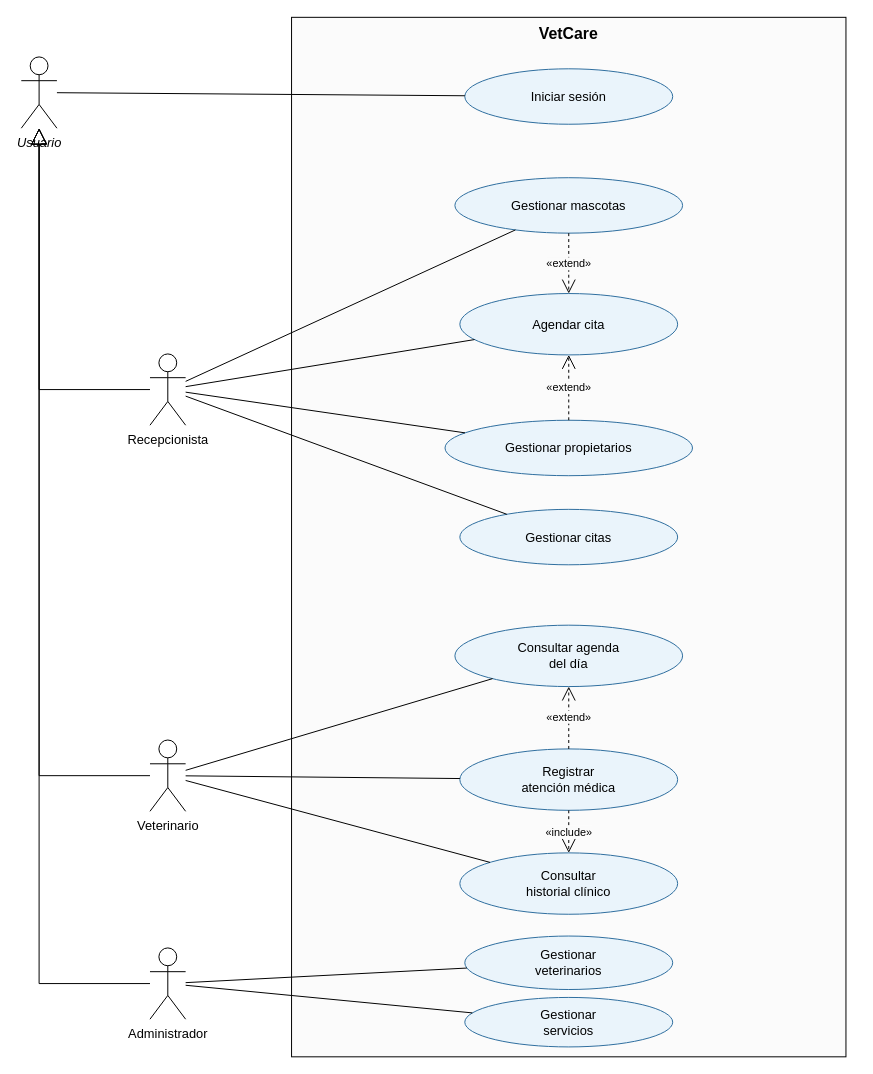
Before: docs/diagrama-casos-uso.drawio in jgabrielvinuezat14/Proyecto-I-Bim-Vetcare-GR2SW-Grupo5, a draw.io diagram. Source tidied: cells renumbered, new cells numbered last; positions are measured from the earlier drawing's top-left corner, leaving out a move shared by most shapes. Both pictures are drawn from the tidied source at 99%, with x=0, y=0 at pixel (21, 17).
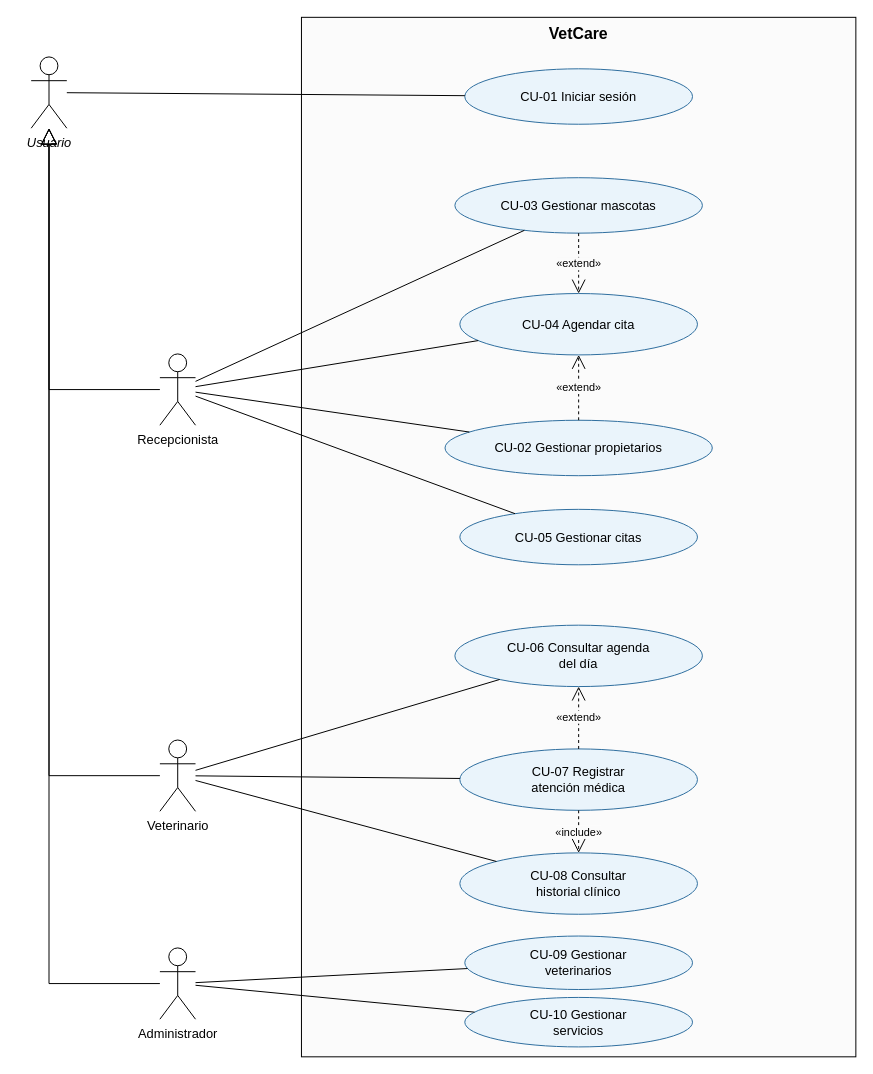
Above is the later version.

Commit message (it also covers changes not shown here):
fix(docs): Correción de diagrama de casos de uso

What changed in the source:
```diff
@@
     <mxCell id="2" value="VetCare" style="rounded=0;whiteSpace=wrap;html=1;verticalAlign=top;fontStyle=1;fontSize=16;fillColor=#fbfbfb;" parent="1" vertex="1">
-      <mxGeometry x="273" width="560" height="1050" as="geometry" />
+      <mxGeometry x="283" width="560" height="1050" as="geometry" />
     </mxCell>
-    <mxCell id="3" value="Iniciar sesión" style="ellipse;whiteSpace=wrap;html=1;fillColor=#eaf4fb;strokeColor=#2e6e9e;fontSize=13;" parent="1" vertex="1">
-      <mxGeometry x="448" y="52" width="210" height="56" as="geometry" />
+    <mxCell id="3" value="CU-01 Iniciar sesión" style="ellipse;whiteSpace=wrap;html=1;fillColor=#eaf4fb;strokeColor=#2e6e9e;fontSize=13;" parent="1" vertex="1">
+      <mxGeometry x="448" y="52" width="230" height="56" as="geometry" />
     </mxCell>
-    <mxCell id="4" value="Gestionar mascotas" style="ellipse;whiteSpace=wrap;html=1;fillColor=#eaf4fb;strokeColor=#2e6e9e;fontSize=13;" parent="1" vertex="1">
-      <mxGeometry x="438" y="162" width="230" height="56" as="geometry" />
+    <mxCell id="4" value="CU-03 Gestionar mascotas" style="ellipse;whiteSpace=wrap;html=1;fillColor=#eaf4fb;strokeColor=#2e6e9e;fontSize=13;" parent="1" vertex="1">
+      <mxGeometry x="438" y="162" width="250" height="56" as="geometry" />
     </mxCell>
-    <mxCell id="5" value="Agendar cita" style="ellipse;whiteSpace=wrap;html=1;fillColor=#eaf4fb;strokeColor=#2e6e9e;fontSize=13;" parent="1" vertex="1">
-      <mxGeometry x="443" y="279" width="220" height="62" as="geometry" />
+    <mxCell id="5" value="CU-04 Agendar cita" style="ellipse;whiteSpace=wrap;html=1;fillColor=#eaf4fb;strokeColor=#2e6e9e;fontSize=13;" parent="1" vertex="1">
+      <mxGeometry x="443" y="279" width="240" height="62" as="geometry" />
     </mxCell>
-    <mxCell id="6" value="Gestionar propietarios" style="ellipse;whiteSpace=wrap;html=1;fillColor=#eaf4fb;strokeColor=#2e6e9e;fontSize=13;" parent="1" vertex="1">
-      <mxGeometry x="428" y="407" width="250" height="56" as="geometry" />
+    <mxCell id="6" value="CU-02 Gestionar propietarios" style="ellipse;whiteSpace=wrap;html=1;fillColor=#eaf4fb;strokeColor=#2e6e9e;fontSize=13;" parent="1" vertex="1">
+      <mxGeometry x="428" y="407" width="270" height="56" as="geometry" />
     </mxCell>
-    <mxCell id="7" value="Gestionar citas" style="ellipse;whiteSpace=wrap;html=1;fillColor=#eaf4fb;strokeColor=#2e6e9e;fontSize=13;" parent="1" vertex="1">
-      <mxGeometry x="443" y="497" width="220" height="56" as="geometry" />
+    <mxCell id="7" value="CU-05 Gestionar citas" style="ellipse;whiteSpace=wrap;html=1;fillColor=#eaf4fb;strokeColor=#2e6e9e;fontSize=13;" parent="1" vertex="1">
+      <mxGeometry x="443" y="497" width="240" height="56" as="geometry" />
     </mxCell>
-    <mxCell id="8" value="Consultar agenda&lt;br&gt;del día" style="ellipse;whiteSpace=wrap;html=1;fillColor=#eaf4fb;strokeColor=#2e6e9e;fontSize=13;" parent="1" vertex="1">
-      <mxGeometry x="438" y="614" width="230" height="62" as="geometry" />
+    <mxCell id="8" value="CU-06 Consultar agenda&lt;br&gt;del día" style="ellipse;whiteSpace=wrap;html=1;fillColor=#eaf4fb;strokeColor=#2e6e9e;fontSize=13;" parent="1" vertex="1">
+      <mxGeometry x="438" y="614" width="250" height="62" as="geometry" />
     </mxCell>
-    <mxCell id="9" value="Registrar&lt;br&gt;atención médica" style="ellipse;whiteSpace=wrap;html=1;fillColor=#eaf4fb;strokeColor=#2e6e9e;fontSize=13;" parent="1" vertex="1">
-      <mxGeometry x="443" y="739" width="220" height="62" as="geometry" />
+    <mxCell id="9" value="CU-07 Registrar&lt;br&gt;atención médica" style="ellipse;whiteSpace=wrap;html=1;fillColor=#eaf4fb;strokeColor=#2e6e9e;fontSize=13;" parent="1" vertex="1">
+      <mxGeometry x="443" y="739" width="240" height="62" as="geometry" />
     </mxCell>
-    <mxCell id="10" value="Consultar&lt;br&gt;historial clínico" style="ellipse;whiteSpace=wrap;html=1;fillColor=#eaf4fb;strokeColor=#2e6e9e;fontSize=13;" parent="1" vertex="1">
-      <mxGeometry x="443" y="844" width="220" height="62" as="geometry" />
+    <mxCell id="10" value="CU-08 Consultar&lt;br&gt;historial clínico" style="ellipse;whiteSpace=wrap;html=1;fillColor=#eaf4fb;strokeColor=#2e6e9e;fontSize=13;" parent="1" vertex="1">
+      <mxGeometry x="443" y="844" width="240" height="62" as="geometry" />
     </mxCell>
-    <mxCell id="11" value="Gestionar&lt;br&gt;veterinarios" style="ellipse;whiteSpace=wrap;html=1;fillColor=#eaf4fb;strokeColor=#2e6e9e;fontSize=13;" parent="1" vertex="1">
-      <mxGeometry x="448" y="928" width="210" height="54" as="geometry" />
+    <mxCell id="11" value="CU-09 Gestionar&lt;br&gt;veterinarios" style="ellipse;whiteSpace=wrap;html=1;fillColor=#eaf4fb;strokeColor=#2e6e9e;fontSize=13;" parent="1" vertex="1">
+      <mxGeometry x="448" y="928" width="230" height="54" as="geometry" />
     </mxCell>
-    <mxCell id="12" value="Gestionar&lt;br&gt;servicios" style="ellipse;whiteSpace=wrap;html=1;fillColor=#eaf4fb;strokeColor=#2e6e9e;fontSize=13;" parent="1" vertex="1">
-      <mxGeometry x="448" y="990" width="210" height="50" as="geometry" />
+    <mxCell id="12" value="CU-10 Gestionar&lt;br&gt;servicios" style="ellipse;whiteSpace=wrap;html=1;fillColor=#eaf4fb;strokeColor=#2e6e9e;fontSize=13;" parent="1" vertex="1">
+      <mxGeometry x="448" y="990" width="230" height="50" as="geometry" />
     </mxCell>
     <mxCell id="13" value="Usuario" style="shape=umlActor;verticalLabelPosition=bottom;verticalAlign=top;html=1;fontSize=13;fontStyle=2;" parent="1" vertex="1">
-      <mxGeometry y="40" width="36" height="72" as="geometry" />
+      <mxGeometry x="10" y="40" width="36" height="72" as="geometry" />
     </mxCell>
     <mxCell id="14" value="Recepcionista" style="shape=umlActor;verticalLabelPosition=bottom;verticalAlign=top;html=1;fontSize=13;" parent="1" vertex="1">
-      <mxGeometry x="130" y="340" width="36" height="72" as="geometry" />
+      <mxGeometry x="140" y="340" width="36" height="72" as="geometry" />
     </mxCell>
     <mxCell id="15" value="Veterinario" style="shape=umlActor;verticalLabelPosition=bottom;verticalAlign=top;html=1;fontSize=13;" parent="1" vertex="1">
-      <mxGeometry x="130" y="730" width="36" height="72" as="geometry" />
+      <mxGeometry x="140" y="730" width="36" height="72" as="geometry" />
     </mxCell>
     <mxCell id="16" value="Administrador" style="shape=umlActor;verticalLabelPosition=bottom;verticalAlign=top;html=1;fontSize=13;" parent="1" vertex="1">
-      <mxGeometry x="130" y="940" width="36" height="72" as="geometry" />
+      <mxGeometry x="140" y="940" width="36" height="72" as="geometry" />
     </mxCell>
```
